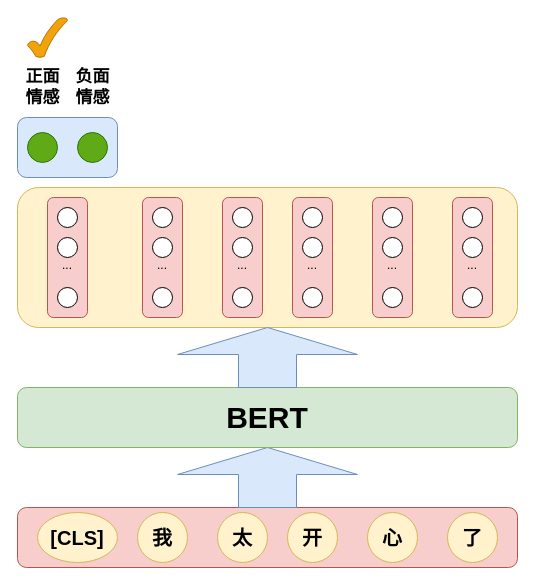
Before: BERT-Sentiment.drawio in AddsionPaPa/NLP, a draw.io diagram. Source tidied: cells renumbered, new cells numbered last; positions are measured from the earlier drawing's top-left corner, leaving out a move shared by most shapes. Both pictures are drawn from the tidied source at 100%, with x=0, y=0 at pixel (17, 17).
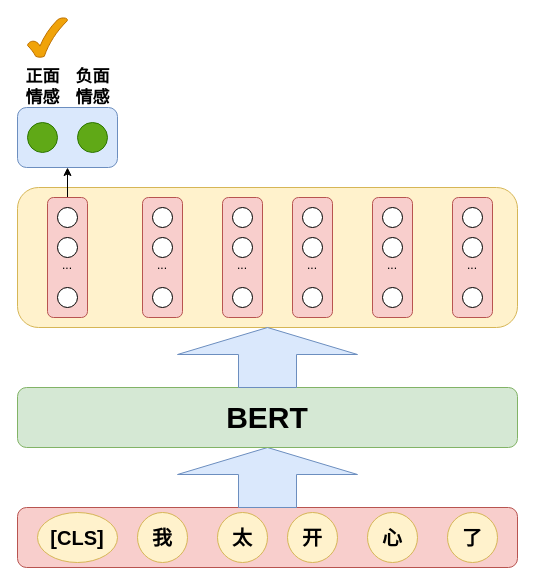
The same diagram, later.

The change refers to these unchanged cells:
```xml
<mxCell id="13" value="&lt;br&gt;..." style="rounded=1;whiteSpace=wrap;html=1;fillColor=#f8cecc;strokeColor=#b85450;" parent="1" vertex="1">
  <mxGeometry x="30" y="180" width="40" height="120" as="geometry" />
</mxCell>
```

The edit, as a diff of the source:
```diff
@@
+    <mxCell id="43" style="edgeStyle=orthogonalEdgeStyle;rounded=0;jettySize=auto;html=1;exitX=0.5;exitY=0;exitDx=0;exitDy=0;entryX=0.5;entryY=1;entryDx=0;entryDy=0;" parent="1" edge="1" source="13" target="37">
+      <mxGeometry relative="1" as="geometry" />
+    </mxCell>
@@
     <mxCell id="37" style="rounded=1;whiteSpace=wrap;html=1;fillColor=#dae8fc;strokeColor=#6c8ebf;" parent="1" vertex="1">
-      <mxGeometry y="100" width="100" height="60" as="geometry" />
+      <mxGeometry y="90" width="100" height="60" as="geometry" />
     </mxCell>
     <mxCell id="38" style="ellipse;whiteSpace=wrap;html=1;fillColor=#60a917;strokeColor=#2D7600;fontColor=#ffffff;" parent="1" vertex="1">
-      <mxGeometry x="10" y="115" width="30" height="30" as="geometry" />
+      <mxGeometry x="10" y="105" width="30" height="30" as="geometry" />
     </mxCell>
     <mxCell id="39" style="ellipse;whiteSpace=wrap;html=1;fillColor=#60a917;strokeColor=#2D7600;fontColor=#ffffff;" parent="1" vertex="1">
-      <mxGeometry x="60" y="115" width="30" height="30" as="geometry" />
+      <mxGeometry x="60" y="105" width="30" height="30" as="geometry" />
     </mxCell>
```
